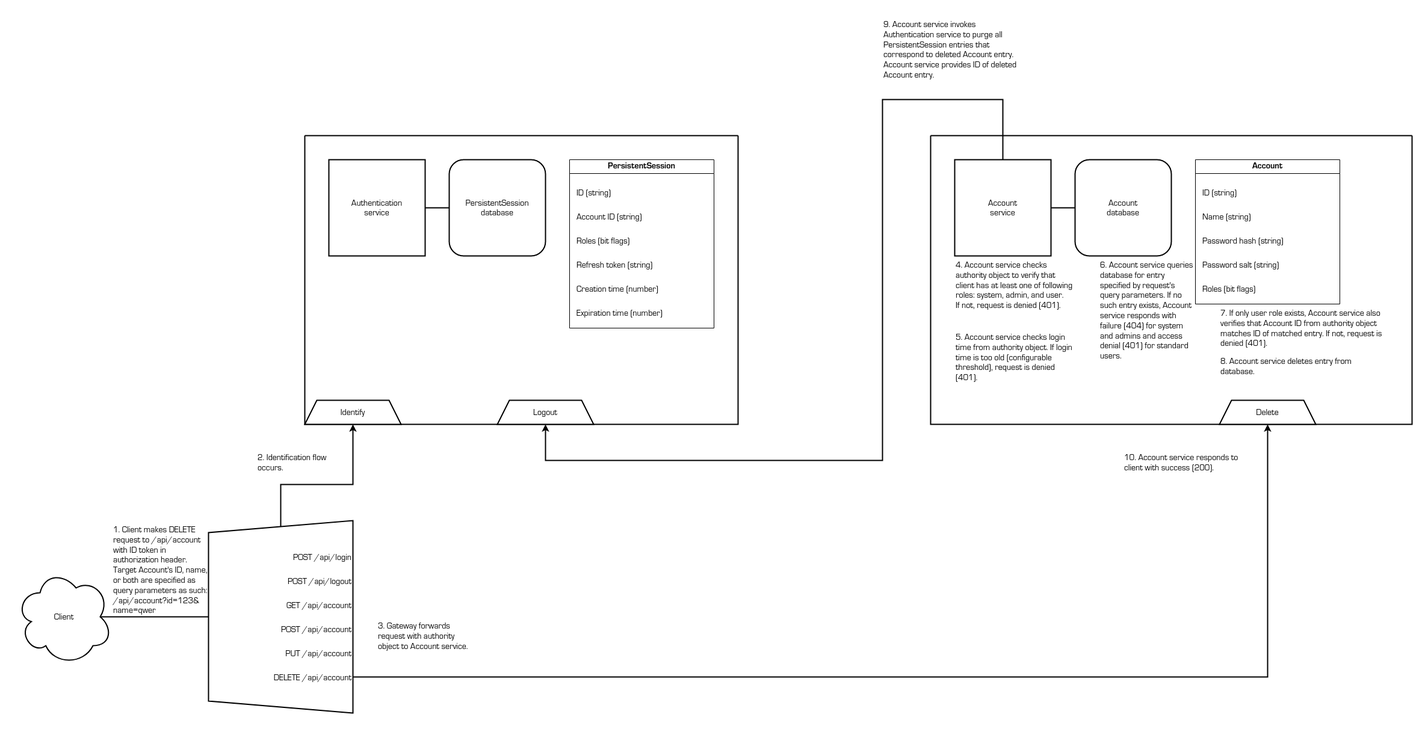
This is docs/account-delete-flow.png from shinhugh/base, a draw.io export, as it was before one commit. Source tidied: cells renumbered, new cells last; positions are measured from the earlier drawing's top-left corner, leaving out a move shared by most shapes.
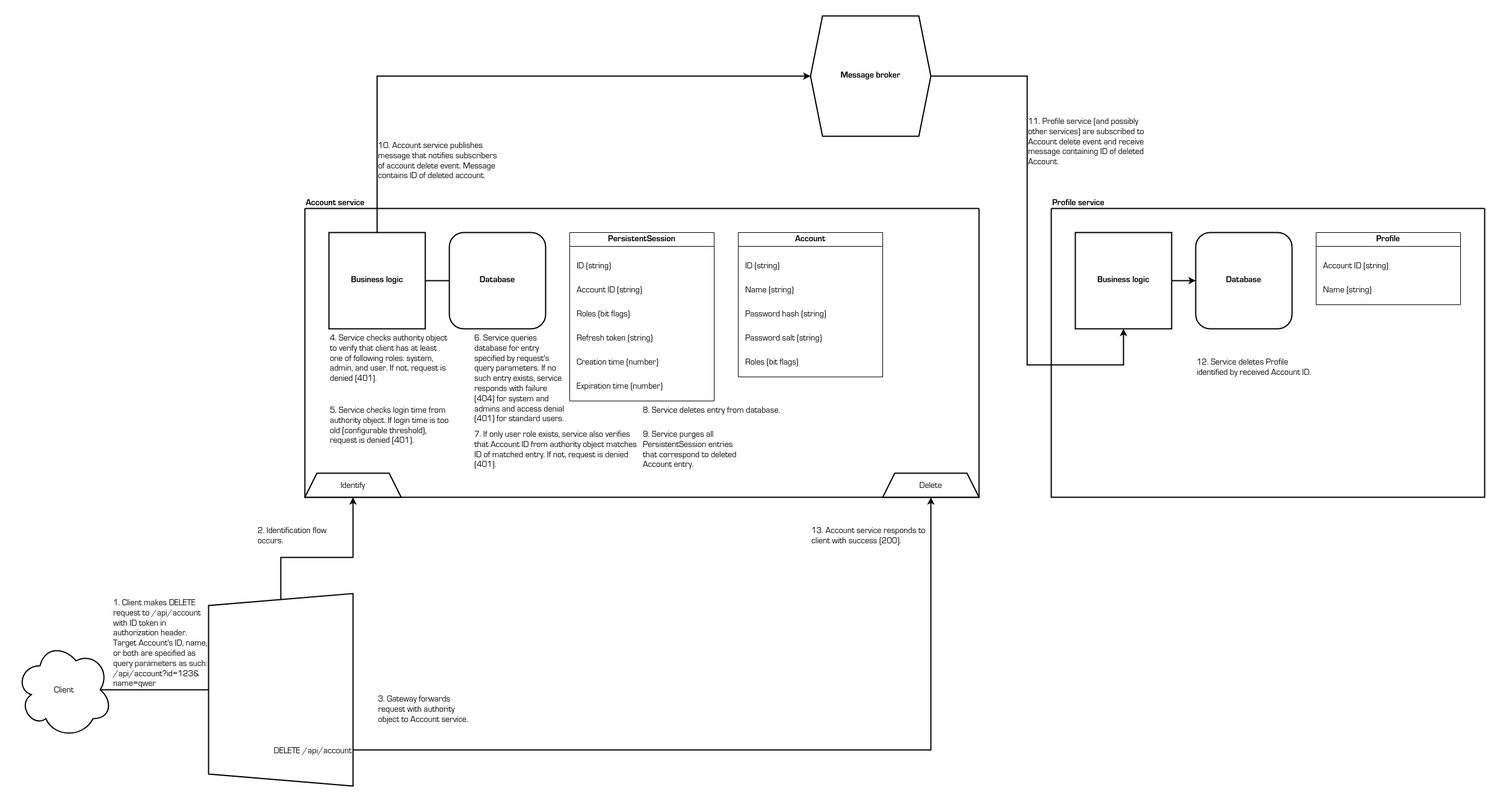
After the commit.

The edit, as a diff of the source:
```diff
@@ -3,12 +3,12 @@
     <mxCell id="0" />
     <mxCell id="1" parent="0" />
     <mxCell id="2" style="swimlane;startSize=0;strokeWidth=2;" parent="1" vertex="1">
-      <mxGeometry x="480" y="200" width="720" height="480" as="geometry" />
+      <mxGeometry x="480" y="200" width="1120" height="480" as="geometry" />
     </mxCell>
-    <mxCell id="3" value="Authentication&#10;service" style="whiteSpace=wrap;strokeWidth=2;fontFamily=Lucida Console;fontSize=14;" parent="2" vertex="1">
+    <mxCell id="3" value="Business logic" style="whiteSpace=wrap;strokeWidth=2;fontFamily=Lucida Console;fontSize=14;fontStyle=1;" parent="2" vertex="1">
       <mxGeometry x="40" y="40" width="160" height="160" as="geometry" />
     </mxCell>
-    <mxCell id="4" value="PersistentSession&#10;database" style="rounded=1;whiteSpace=wrap;strokeWidth=2;fontFamily=Lucida Console;fontSize=14;" parent="2" vertex="1">
+    <mxCell id="4" value="Database" style="rounded=1;whiteSpace=wrap;strokeWidth=2;fontFamily=Lucida Console;fontSize=14;fontStyle=1;" parent="2" vertex="1">
       <mxGeometry x="240" y="40" width="160" height="160" as="geometry" />
     </mxCell>
     <mxCell id="5" value="PersistentSession" style="swimlane;whiteSpace=wrap;fontFamily=Lucida Console;fontSize=14;" parent="2" vertex="1">
@@ -35,23 +35,14 @@
     <mxCell id="12" value="Identify" style="shape=trapezoid;perimeter=trapezoidPerimeter;whiteSpace=wrap;fixedSize=1;strokeWidth=2;fontSize=14;fontFamily=Lucida Console;" parent="2" vertex="1">
       <mxGeometry y="440" width="160" height="40" as="geometry" />
     </mxCell>
-    <mxCell id="13" value="Logout" style="shape=trapezoid;perimeter=trapezoidPerimeter;whiteSpace=wrap;fixedSize=1;strokeWidth=2;fontSize=14;fontFamily=Lucida Console;" parent="2" vertex="1">
-      <mxGeometry x="320" y="440" width="160" height="40" as="geometry" />
-    </mxCell>
     <mxCell id="14" style="endArrow=none;html=1;rounded=0;strokeWidth=2;entryX=1;entryY=0.5;entryDx=0;entryDy=0;exitX=0;exitY=0.5;exitDx=0;exitDy=0;" parent="2" edge="1" source="4" target="3">
       <mxGeometry relative="1" as="geometry" />
     </mxCell>
-    <mxCell id="15" style="swimlane;startSize=0;strokeWidth=2;" parent="1" vertex="1">
-      <mxGeometry x="1520" y="200" width="800" height="480" as="geometry" />
-    </mxCell>
-    <mxCell id="16" value="Account&#10;service" style="whiteSpace=wrap;strokeWidth=2;fontFamily=Lucida Console;fontSize=14;" parent="15" vertex="1">
-      <mxGeometry x="40" y="40" width="160" height="160" as="geometry" />
-    </mxCell>
-    <mxCell id="17" value="Account&#10;database" style="rounded=1;whiteSpace=wrap;strokeWidth=2;fontFamily=Lucida Console;fontSize=14;" parent="15" vertex="1">
-      <mxGeometry x="240" y="40" width="160" height="160" as="geometry" />
-    </mxCell>
+    <mxCell id="25" value="Delete" style="shape=trapezoid;perimeter=trapezoidPerimeter;whiteSpace=wrap;fixedSize=1;strokeWidth=2;fontSize=14;fontFamily=Lucida Console;" parent="2" vertex="1">
+      <mxGeometry x="960" y="440" width="160" height="40" as="geometry" />
+    </mxCell>
-    <mxCell id="18" value="Account" style="swimlane;whiteSpace=wrap;fontFamily=Lucida Console;fontSize=14;" parent="15" vertex="1">
-      <mxGeometry x="440" y="40" width="240" height="240" as="geometry" />
+    <mxCell id="18" value="Account" style="swimlane;whiteSpace=wrap;fontFamily=Lucida Console;fontSize=14;" parent="2" vertex="1">
+      <mxGeometry x="720" y="40" width="240" height="240" as="geometry" />
     </mxCell>
     <mxCell id="19" value="ID (string)" style="text;strokeColor=none;fillColor=none;align=left;verticalAlign=top;whiteSpace=wrap;rounded=0;fontFamily=Lucida Console;fontSize=14;" parent="18" vertex="1">
       <mxGeometry x="10" y="40" width="220" height="40" as="geometry" />
@@ -68,31 +59,28 @@
     <mxCell id="23" value="Roles (bit flags)" style="text;strokeColor=none;fillColor=none;align=left;verticalAlign=top;whiteSpace=wrap;rounded=0;fontFamily=Lucida Console;fontSize=14;" parent="18" vertex="1">
       <mxGeometry x="10" y="200" width="220" height="40" as="geometry" />
     </mxCell>
-    <mxCell id="24" style="endArrow=none;html=1;rounded=0;exitX=1;exitY=0.5;exitDx=0;exitDy=0;entryX=0;entryY=0.5;entryDx=0;entryDy=0;strokeWidth=2;" parent="15" edge="1" source="16" target="17">
-      <mxGeometry relative="1" as="geometry" />
-    </mxCell>
-    <mxCell id="25" value="Delete" style="shape=trapezoid;perimeter=trapezoidPerimeter;whiteSpace=wrap;fixedSize=1;strokeWidth=2;fontSize=14;fontFamily=Lucida Console;" parent="15" vertex="1">
-      <mxGeometry x="480" y="440" width="160" height="40" as="geometry" />
-    </mxCell>
-    <mxCell id="26" value="4. Account service checks authority object to verify that client has at least one of following roles: system, admin, and user.&#10;If not, request is denied (401)." style="text;strokeColor=none;fillColor=none;align=left;verticalAlign=top;rounded=0;fontSize=14;fontFamily=Lucida Console;whiteSpace=wrap;" parent="15" vertex="1">
+    <mxCell id="26" value="4. Service checks authority object to verify that client has at least one of following roles: system, admin, and user. If not, request is denied (401)." style="text;strokeColor=none;fillColor=none;align=left;verticalAlign=top;rounded=0;fontSize=14;fontFamily=Lucida Console;whiteSpace=wrap;" parent="2" vertex="1">
       <mxGeometry x="40" y="200" width="200" height="120" as="geometry" />
     </mxCell>
-    <mxCell id="27" value="7. If only user role exists, Account service also verifies that Account ID from authority object matches ID of matched entry. If not, request is denied (401)." style="text;strokeColor=none;fillColor=none;align=left;verticalAlign=top;rounded=0;fontSize=14;fontFamily=Lucida Console;whiteSpace=wrap;" parent="15" vertex="1">
-      <mxGeometry x="480" y="280" width="280" height="80" as="geometry" />
-    </mxCell>
-    <mxCell id="28" value="5. Account service checks login time from authority object. If login time is too old (configurable threshold), request is denied (401)." style="text;strokeColor=none;fillColor=none;align=left;verticalAlign=top;rounded=0;fontSize=14;fontFamily=Lucida Console;whiteSpace=wrap;" parent="15" vertex="1">
+    <mxCell id="28" value="5. Service checks login time from authority object. If login time is too old (configurable threshold), request is denied (401)." style="text;strokeColor=none;fillColor=none;align=left;verticalAlign=top;rounded=0;fontSize=14;fontFamily=Lucida Console;whiteSpace=wrap;" parent="2" vertex="1">
       <mxGeometry x="40" y="320" width="200" height="120" as="geometry" />
     </mxCell>
-    <mxCell id="29" value="6. Account service queries database for entry specified by request's query parameters. If no such entry exists, Account service responds with failure (404) for system and admins and access denial (401) for standard users." style="text;strokeColor=none;fillColor=none;align=left;verticalAlign=top;rounded=0;fontSize=14;fontFamily=Lucida Console;whiteSpace=wrap;" parent="15" vertex="1">
-      <mxGeometry x="280" y="200" width="160" height="200" as="geometry" />
+    <mxCell id="29" value="6. Service queries database for entry specified by request's query parameters. If no such entry exists, service responds with failure (404) for system and admins and access denial (401) for standard users." style="text;strokeColor=none;fillColor=none;align=left;verticalAlign=top;rounded=0;fontSize=14;fontFamily=Lucida Console;whiteSpace=wrap;" parent="2" vertex="1">
+      <mxGeometry x="280" y="200" width="160" height="160" as="geometry" />
     </mxCell>
+    <mxCell id="27" value="7. If only user role exists, service also verifies that Account ID from authority object matches ID of matched entry. If not, request is denied (401)." style="text;strokeColor=none;fillColor=none;align=left;verticalAlign=top;rounded=0;fontSize=14;fontFamily=Lucida Console;whiteSpace=wrap;" parent="2" vertex="1">
+      <mxGeometry x="280" y="360" width="280" height="80" as="geometry" />
+    </mxCell>
-    <mxCell id="30" value="8. Account service deletes entry from database." style="text;strokeColor=none;fillColor=none;align=left;verticalAlign=top;rounded=0;fontSize=14;fontFamily=Lucida Console;whiteSpace=wrap;" parent="15" vertex="1">
-      <mxGeometry x="480" y="360" width="280" height="40" as="geometry" />
+    <mxCell id="30" value="8. Service deletes entry from database." style="text;strokeColor=none;fillColor=none;align=left;verticalAlign=top;rounded=0;fontSize=14;fontFamily=Lucida Console;whiteSpace=wrap;" parent="2" vertex="1">
+      <mxGeometry x="560" y="320" width="280" height="40" as="geometry" />
     </mxCell>
+    <mxCell id="47" value="9. Service purges all PersistentSession entries that correspond to deleted Account entry." style="text;strokeColor=none;fillColor=none;align=left;verticalAlign=top;rounded=0;fontSize=14;fontFamily=Lucida Console;whiteSpace=wrap;" parent="2" vertex="1">
+      <mxGeometry x="560" y="360" width="160" height="80" as="geometry" />
+    </mxCell>
     <mxCell id="31" style="endArrow=classic;html=1;rounded=0;endFill=1;strokeWidth=2;exitX=1;exitY=0.5;exitDx=0;exitDy=0;entryX=0.5;entryY=1;entryDx=0;entryDy=0;" parent="1" edge="1" source="39" target="25">
       <mxGeometry relative="1" as="geometry">
         <Array as="points">
-          <mxPoint x="2080" y="1100" />
+          <mxPoint x="1520" y="1100" />
         </Array>
       </mxGeometry>
     </mxCell>
@@ -102,21 +90,6 @@
     <mxCell id="33" style="shape=trapezoid;perimeter=trapezoidPerimeter;whiteSpace=wrap;html=1;fixedSize=1;direction=north;strokeWidth=2;" parent="32" vertex="1">
       <mxGeometry width="240" height="320" as="geometry" />
     </mxCell>
-    <mxCell id="34" value="POST /api/login" style="text;strokeColor=none;fillColor=none;align=right;verticalAlign=middle;rounded=0;fontSize=14;fontFamily=Lucida Console;" parent="32" vertex="1">
-      <mxGeometry y="40" width="240" height="40" as="geometry" />
-    </mxCell>
-    <mxCell id="35" value="POST /api/logout" style="text;strokeColor=none;fillColor=none;align=right;verticalAlign=middle;rounded=0;fontSize=14;fontFamily=Lucida Console;" parent="32" vertex="1">
-      <mxGeometry y="80" width="240" height="40" as="geometry" />
-    </mxCell>
-    <mxCell id="36" value="POST /api/account" style="text;strokeColor=none;fillColor=none;align=right;verticalAlign=middle;rounded=0;fontSize=14;fontFamily=Lucida Console;" parent="32" vertex="1">
-      <mxGeometry y="160" width="240" height="40" as="geometry" />
-    </mxCell>
-    <mxCell id="37" value="GET /api/account" style="text;strokeColor=none;fillColor=none;align=right;verticalAlign=middle;rounded=0;fontSize=14;fontFamily=Lucida Console;" parent="32" vertex="1">
-      <mxGeometry y="120" width="240" height="40" as="geometry" />
-    </mxCell>
-    <mxCell id="38" value="PUT /api/account" style="text;strokeColor=none;fillColor=none;align=right;verticalAlign=middle;rounded=0;fontSize=14;fontFamily=Lucida Console;" parent="32" vertex="1">
-      <mxGeometry y="200" width="240" height="40" as="geometry" />
-    </mxCell>
     <mxCell id="39" value="DELETE /api/account" style="text;strokeColor=none;fillColor=none;align=right;verticalAlign=middle;rounded=0;fontSize=14;fontFamily=Lucida Console;" parent="32" vertex="1">
       <mxGeometry y="240" width="240" height="40" as="geometry" />
     </mxCell>
@@ -134,16 +107,6 @@
     <mxCell id="42" style="endArrow=none;html=1;rounded=0;exitX=0.875;exitY=0.5;exitDx=0;exitDy=0;exitPerimeter=0;strokeWidth=2;entryX=0.5;entryY=0;entryDx=0;entryDy=0;" parent="1" edge="1" source="41" target="33">
       <mxGeometry relative="1" as="geometry" />
     </mxCell>
-    <mxCell id="43" style="endArrow=classic;html=1;rounded=0;entryX=0.5;entryY=1;entryDx=0;entryDy=0;exitX=0.5;exitY=0;exitDx=0;exitDy=0;strokeWidth=2;" parent="1" edge="1" source="16" target="13">
-      <mxGeometry relative="1" as="geometry">
-        <Array as="points">
-          <mxPoint x="1640" y="140" />
-          <mxPoint x="1440" y="140" />
-          <mxPoint x="1440" y="740" />
-          <mxPoint x="880" y="740" />
-        </Array>
-      </mxGeometry>
-    </mxCell>
     <mxCell id="44" value="2. Identification flow occurs." style="text;strokeColor=none;fillColor=none;align=left;verticalAlign=top;rounded=0;fontSize=14;fontFamily=Lucida Console;whiteSpace=wrap;" parent="1" vertex="1">
       <mxGeometry x="400" y="720" width="160" height="40" as="geometry" />
     </mxCell>
@@ -153,11 +116,63 @@
     <mxCell id="46" value="3. Gateway forwards request with authority object to Account service." style="text;strokeColor=none;fillColor=none;align=left;verticalAlign=top;rounded=0;fontSize=14;fontFamily=Lucida Console;whiteSpace=wrap;" parent="1" vertex="1">
       <mxGeometry x="600" y="1000" width="160" height="80" as="geometry" />
     </mxCell>
-    <mxCell id="47" value="9. Account service invokes Authentication service to purge all PersistentSession entries that correspond to deleted Account entry. Account service provides ID of deleted Account entry." style="text;strokeColor=none;fillColor=none;align=left;verticalAlign=top;rounded=0;fontSize=14;fontFamily=Lucida Console;whiteSpace=wrap;" parent="1" vertex="1">
-      <mxGeometry x="1440" width="240" height="120" as="geometry" />
-    </mxCell>
-    <mxCell id="48" value="10. Account service responds to client with success (200)." style="text;strokeColor=none;fillColor=none;align=left;verticalAlign=top;rounded=0;fontSize=14;fontFamily=Lucida Console;whiteSpace=wrap;" parent="1" vertex="1">
-      <mxGeometry x="1840" y="720" width="200" height="40" as="geometry" />
+    <mxCell id="48" value="13. Account service responds to client with success (200)." style="text;strokeColor=none;fillColor=none;align=left;verticalAlign=top;rounded=0;fontSize=14;fontFamily=Lucida Console;whiteSpace=wrap;" parent="1" vertex="1">
+      <mxGeometry x="1320" y="720" width="200" height="40" as="geometry" />
     </mxCell>
+    <mxCell id="16" value="Account service" style="text;strokeColor=none;fillColor=none;align=left;verticalAlign=bottom;rounded=0;fontSize=14;fontFamily=Lucida Console;fontStyle=1;" parent="1" vertex="1">
+      <mxGeometry x="480" y="160" width="120" height="40" as="geometry" />
+    </mxCell>
+    <mxCell id="49" value="Message broker" style="shape=hexagon;perimeter=hexagonPerimeter2;whiteSpace=wrap;fixedSize=1;strokeWidth=2;fontFamily=Lucida Console;fontSize=14;fontStyle=1;" parent="1" vertex="1">
+      <mxGeometry x="1320" y="-120" width="200" height="200" as="geometry" />
+    </mxCell>
+    <mxCell id="50" style="endArrow=classic;html=1;rounded=0;strokeWidth=2;entryX=0;entryY=0.5;entryDx=0;entryDy=0;exitX=0.5;exitY=0;exitDx=0;exitDy=0;" parent="1" edge="1" source="3" target="49">
+      <mxGeometry relative="1" as="geometry">
+        <Array as="points">
+          <mxPoint x="600" y="-20" />
+        </Array>
+      </mxGeometry>
+    </mxCell>
+    <mxCell id="51" value="10. Account service publishes message that notifies subscribers of account delete event. Message contains ID of deleted account." style="text;strokeColor=none;fillColor=none;align=left;verticalAlign=top;rounded=0;fontSize=14;fontFamily=Lucida Console;whiteSpace=wrap;" parent="1" vertex="1">
+      <mxGeometry x="600" y="80" width="200" height="80" as="geometry" />
+    </mxCell>
+    <mxCell id="52" style="swimlane;startSize=0;strokeWidth=2;" parent="1" vertex="1">
+      <mxGeometry x="1720" y="200" width="720" height="480" as="geometry" />
+    </mxCell>
+    <mxCell id="53" value="Business logic" style="whiteSpace=wrap;strokeWidth=2;fontFamily=Lucida Console;fontSize=14;fontStyle=1;" parent="52" vertex="1">
+      <mxGeometry x="40" y="40" width="160" height="160" as="geometry" />
+    </mxCell>
+    <mxCell id="54" value="Database" style="rounded=1;whiteSpace=wrap;strokeWidth=2;fontFamily=Lucida Console;fontSize=14;fontStyle=1;" parent="52" vertex="1">
+      <mxGeometry x="240" y="40" width="160" height="160" as="geometry" />
+    </mxCell>
+    <mxCell id="55" style="endArrow=classic;html=1;rounded=0;exitX=1;exitY=0.5;exitDx=0;exitDy=0;entryX=0;entryY=0.5;entryDx=0;entryDy=0;strokeWidth=2;endFill=1;" parent="52" edge="1" source="53" target="54">
+      <mxGeometry relative="1" as="geometry" />
+    </mxCell>
+    <mxCell id="56" value="Profile" style="swimlane;whiteSpace=wrap;fontFamily=Lucida Console;fontSize=14;startSize=23;" parent="52" vertex="1">
+      <mxGeometry x="440" y="40" width="240" height="120" as="geometry" />
+    </mxCell>
+    <mxCell id="57" value="Account ID (string)" style="text;strokeColor=none;fillColor=none;align=left;verticalAlign=top;whiteSpace=wrap;rounded=0;fontFamily=Lucida Console;fontSize=14;" parent="56" vertex="1">
+      <mxGeometry x="10" y="40" width="220" height="40" as="geometry" />
+    </mxCell>
+    <mxCell id="58" value="Name (string)" style="text;strokeColor=none;fillColor=none;align=left;verticalAlign=top;whiteSpace=wrap;rounded=0;fontFamily=Lucida Console;fontSize=14;" parent="56" vertex="1">
+      <mxGeometry x="10" y="80" width="220" height="40" as="geometry" />
+    </mxCell>
+    <mxCell id="59" value="12. Service deletes Profile identified by received Account ID." style="text;strokeColor=none;fillColor=none;align=left;verticalAlign=top;rounded=0;fontSize=14;fontFamily=Lucida Console;whiteSpace=wrap;" parent="52" vertex="1">
+      <mxGeometry x="240" y="240" width="200" height="80" as="geometry" />
+    </mxCell>
+    <mxCell id="60" value="Profile service" style="text;strokeColor=none;fillColor=none;align=left;verticalAlign=bottom;rounded=0;fontSize=14;fontFamily=Lucida Console;fontStyle=1;" parent="1" vertex="1">
+      <mxGeometry x="1720" y="160" width="120" height="40" as="geometry" />
+    </mxCell>
+    <mxCell id="61" style="endArrow=classic;html=1;rounded=0;exitX=1;exitY=0.5;exitDx=0;exitDy=0;strokeWidth=2;entryX=0.5;entryY=1;entryDx=0;entryDy=0;" parent="1" edge="1" source="49" target="53">
+      <mxGeometry relative="1" as="geometry">
+        <Array as="points">
+          <mxPoint x="1680" y="-20" />
+          <mxPoint x="1680" y="460" />
+          <mxPoint x="1840" y="460" />
+        </Array>
+      </mxGeometry>
+    </mxCell>
+    <mxCell id="62" value="11. Profile service (and possibly other services) are subscribed to Account delete event and receive message containing ID of deleted Account." style="text;strokeColor=none;fillColor=none;align=left;verticalAlign=top;rounded=0;fontSize=14;fontFamily=Lucida Console;whiteSpace=wrap;" parent="1" vertex="1">
+      <mxGeometry x="1680" y="40" width="200" height="120" as="geometry" />
+    </mxCell>
   </root>
 </mxGraphModel>
```
